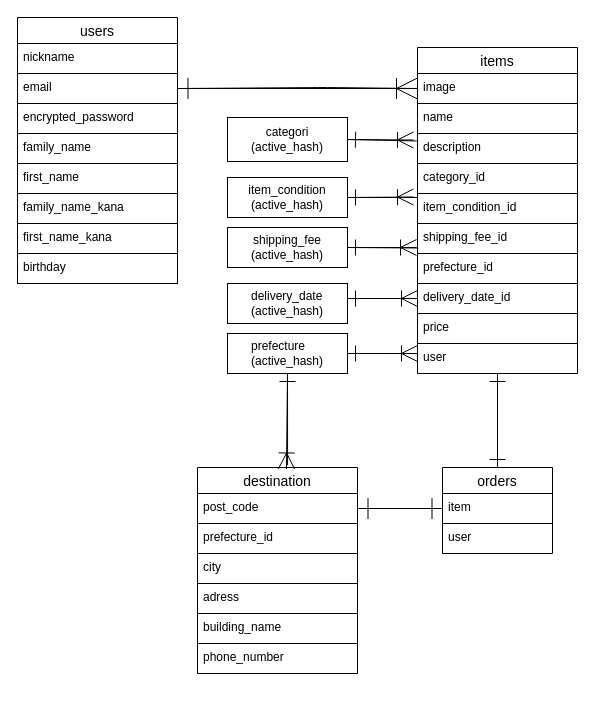
Above: furima.dio in 38385kobi/furima-38385 (draw.io), before the change. Source tidied: cells renumbered, new cells numbered last; positions are measured from the earlier drawing's top-left corner, leaving out a move shared by most shapes. Both pictures are drawn from the tidied source at 100%, with x=0, y=0 at pixel (17, 17).
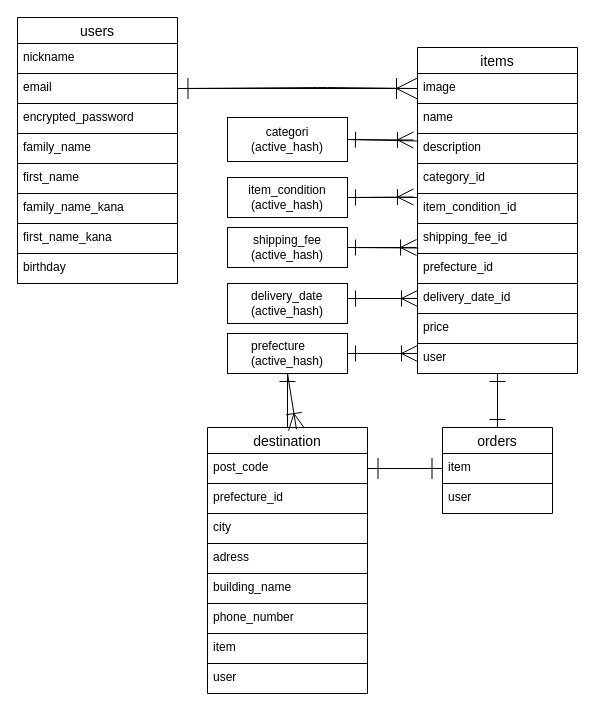
The same page after the edit.

Commit message (it also covers changes not shown here):
READMEとER図の修正②

The change refers to these unchanged cells:
```xml
<mxCell id="49" value="&lt;div style=&quot;text-align: left&quot;&gt;prefecture&lt;/div&gt;&lt;div style=&quot;text-align: left&quot;&gt;(active_hash)&lt;/div&gt;" style="whiteSpace=wrap;html=1;align=center;" parent="1" vertex="1">
  <mxGeometry x="210" y="316" width="120" height="40" as="geometry" />
</mxCell>
```

Change to the diagram source:
```diff
@@
-    <mxCell id="11" style="edgeStyle=none;html=1;exitX=0.563;exitY=-0.012;exitDx=0;exitDy=0;entryX=0.5;entryY=1;entryDx=0;entryDy=0;endArrow=ERone;endFill=0;endSize=14;strokeWidth=1;exitPerimeter=0;" parent="1" edge="1" source="12" target="49">
+    <mxCell id="11" style="edgeStyle=none;html=1;exitX=0.5;exitY=0;exitDx=0;exitDy=0;entryX=0.5;entryY=1;entryDx=0;entryDy=0;endArrow=ERone;endFill=0;endSize=14;strokeWidth=1;" parent="1" edge="1" source="12" target="49">
       <mxGeometry relative="1" as="geometry" />
     </mxCell>
     <mxCell id="12" value="destination" style="swimlane;fontStyle=0;horizontal=1;startSize=26;align=center;fontSize=14;" parent="1" vertex="1">
-      <mxGeometry x="180" y="450" width="160" height="206" as="geometry" />
+      <mxGeometry x="190" y="410" width="160" height="266" as="geometry" />
     </mxCell>
@@
+    <mxCell id="56" value="item" style="text;strokeColor=default;fillColor=none;spacingLeft=4;spacingRight=4;overflow=hidden;fontSize=12;" parent="12" vertex="1">
+      <mxGeometry y="206" width="160" height="30" as="geometry" />
+    </mxCell>
+    <mxCell id="57" value="user" style="text;strokeColor=none;fillColor=none;spacingLeft=4;spacingRight=4;overflow=hidden;fontSize=12;" parent="12" vertex="1">
+      <mxGeometry y="236" width="160" height="30" as="geometry" />
+    </mxCell>
@@
     <mxCell id="31" value="orders" style="swimlane;fontStyle=0;horizontal=1;startSize=26;align=center;fontSize=14;strokeColor=default;" parent="1" vertex="1">
-      <mxGeometry x="425" y="450" width="110" height="86" as="geometry" />
+      <mxGeometry x="425" y="410" width="110" height="86" as="geometry" />
     </mxCell>
```
